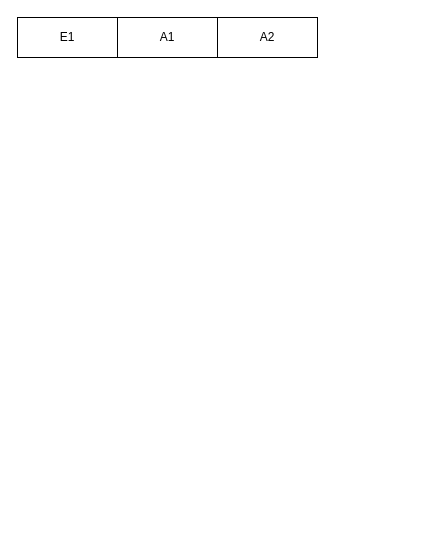
Before: COMP9331/ass2.drawio in haoransshr/draw.io, a draw.io diagram. Source tidied: cells renumbered, new cells numbered last; positions are measured from the earlier drawing's top-left corner, leaving out a move shared by most shapes. Both pictures are drawn from the tidied source at 100%, with x=0, y=0 at pixel (17, 17).
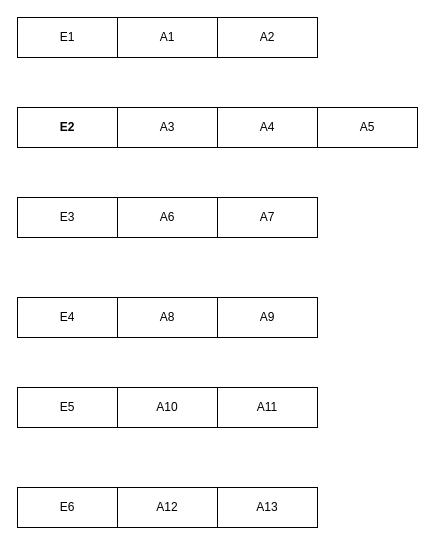
Above is the later version.

What changed in the source:
```diff
@@
+    <mxCell id="5" value="E2" style="whiteSpace=wrap;html=1;align=center;fontStyle=1;" parent="1" vertex="1">
+      <mxGeometry y="90" width="100" height="40" as="geometry" />
+    </mxCell>
+    <mxCell id="6" value="A3" style="whiteSpace=wrap;html=1;align=center;" parent="1" vertex="1">
+      <mxGeometry x="100" y="90" width="100" height="40" as="geometry" />
+    </mxCell>
+    <mxCell id="7" value="A4" style="whiteSpace=wrap;html=1;align=center;" parent="1" vertex="1">
+      <mxGeometry x="200" y="90" width="100" height="40" as="geometry" />
+    </mxCell>
+    <mxCell id="8" value="A5" style="whiteSpace=wrap;html=1;align=center;" parent="1" vertex="1">
+      <mxGeometry x="300" y="90" width="100" height="40" as="geometry" />
+    </mxCell>
+    <mxCell id="9" value="E3" style="whiteSpace=wrap;html=1;align=center;" parent="1" vertex="1">
+      <mxGeometry y="180" width="100" height="40" as="geometry" />
+    </mxCell>
+    <mxCell id="10" value="A6" style="whiteSpace=wrap;html=1;align=center;" parent="1" vertex="1">
+      <mxGeometry x="100" y="180" width="100" height="40" as="geometry" />
+    </mxCell>
+    <mxCell id="11" value="A7" style="whiteSpace=wrap;html=1;align=center;" parent="1" vertex="1">
+      <mxGeometry x="200" y="180" width="100" height="40" as="geometry" />
+    </mxCell>
+    <mxCell id="12" value="E4" style="whiteSpace=wrap;html=1;align=center;" parent="1" vertex="1">
+      <mxGeometry y="280" width="100" height="40" as="geometry" />
+    </mxCell>
+    <mxCell id="13" value="A8" style="whiteSpace=wrap;html=1;align=center;" parent="1" vertex="1">
+      <mxGeometry x="100" y="280" width="100" height="40" as="geometry" />
+    </mxCell>
+    <mxCell id="14" value="A9" style="whiteSpace=wrap;html=1;align=center;" parent="1" vertex="1">
+      <mxGeometry x="200" y="280" width="100" height="40" as="geometry" />
+    </mxCell>
+    <mxCell id="15" value="E5" style="whiteSpace=wrap;html=1;align=center;" parent="1" vertex="1">
+      <mxGeometry y="370" width="100" height="40" as="geometry" />
+    </mxCell>
+    <mxCell id="16" value="A10" style="whiteSpace=wrap;html=1;align=center;" parent="1" vertex="1">
+      <mxGeometry x="100" y="370" width="100" height="40" as="geometry" />
+    </mxCell>
+    <mxCell id="17" value="A11" style="whiteSpace=wrap;html=1;align=center;" parent="1" vertex="1">
+      <mxGeometry x="200" y="370" width="100" height="40" as="geometry" />
+    </mxCell>
+    <mxCell id="18" value="E6" style="whiteSpace=wrap;html=1;align=center;" parent="1" vertex="1">
+      <mxGeometry y="470" width="100" height="40" as="geometry" />
+    </mxCell>
+    <mxCell id="19" value="A12" style="whiteSpace=wrap;html=1;align=center;" parent="1" vertex="1">
+      <mxGeometry x="100" y="470" width="100" height="40" as="geometry" />
+    </mxCell>
+    <mxCell id="20" value="A13" style="whiteSpace=wrap;html=1;align=center;" parent="1" vertex="1">
+      <mxGeometry x="200" y="470" width="100" height="40" as="geometry" />
+    </mxCell>
```
